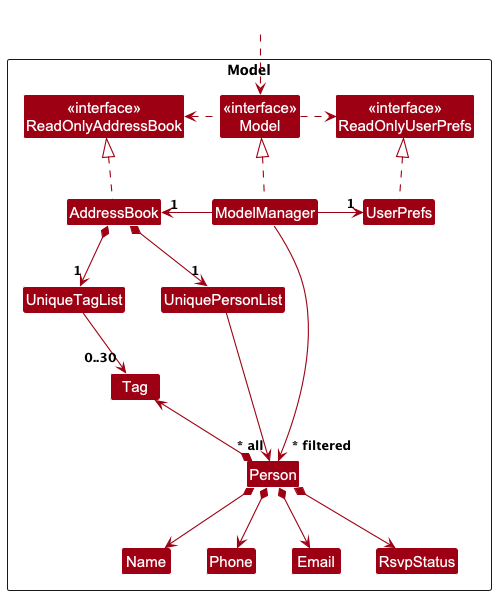
This is docs/images/ModelClassDiagram.png from nus-cs2103-AY2425S1/tp, a PlantUML export, as it was before one commit.
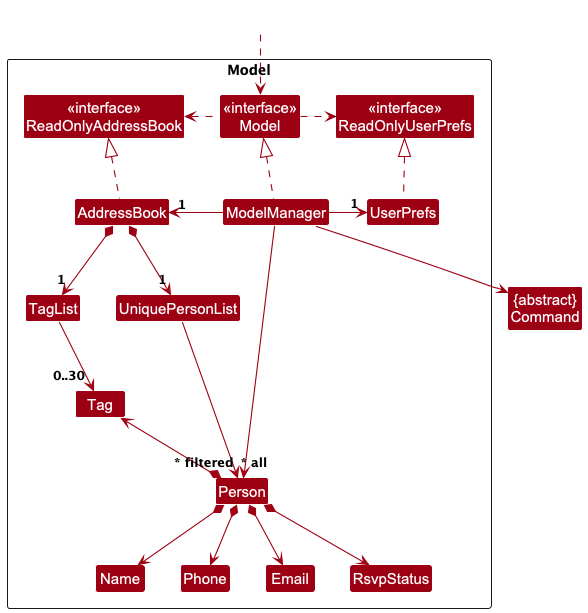
Above is the later version.

Diff of the diagram source:
```diff
@@ -18,11 +18,12 @@
 Class Name
 Class Phone
 Class Tag
-Class UniqueTagList
+Class TagList
 Class RsvpStatus
 
 Class I #FFFFFF
 }
+Class "{abstract}\nCommand" as Command
 
 Class HiddenOutside #FFFFFF
 HiddenOutside ..> Model
@@ -37,9 +38,9 @@
 UserPrefs .up.|> ReadOnlyUserPrefs
 
 AddressBook *--> "1" UniquePersonList
-AddressBook *--> "1" UniqueTagList
-UniqueTagList -[hidden]right-> UniquePersonList
-UniqueTagList -right-> "0..30" Tag
+AddressBook *--> "1" TagList
+TagList -[hidden]right-> UniquePersonList
+TagList -right-> "0..30" Tag
 UniquePersonList --> "~* all" Person
 Person *--> Name
 Person *--> Phone
@@ -47,7 +48,7 @@
 Person *--> RsvpStatus
 Person *-left-> Tag
 
-
+ModelManager -down-> Command
 Person -[hidden]up--> I
 UniquePersonList -[hidden]right-> I
 
```
